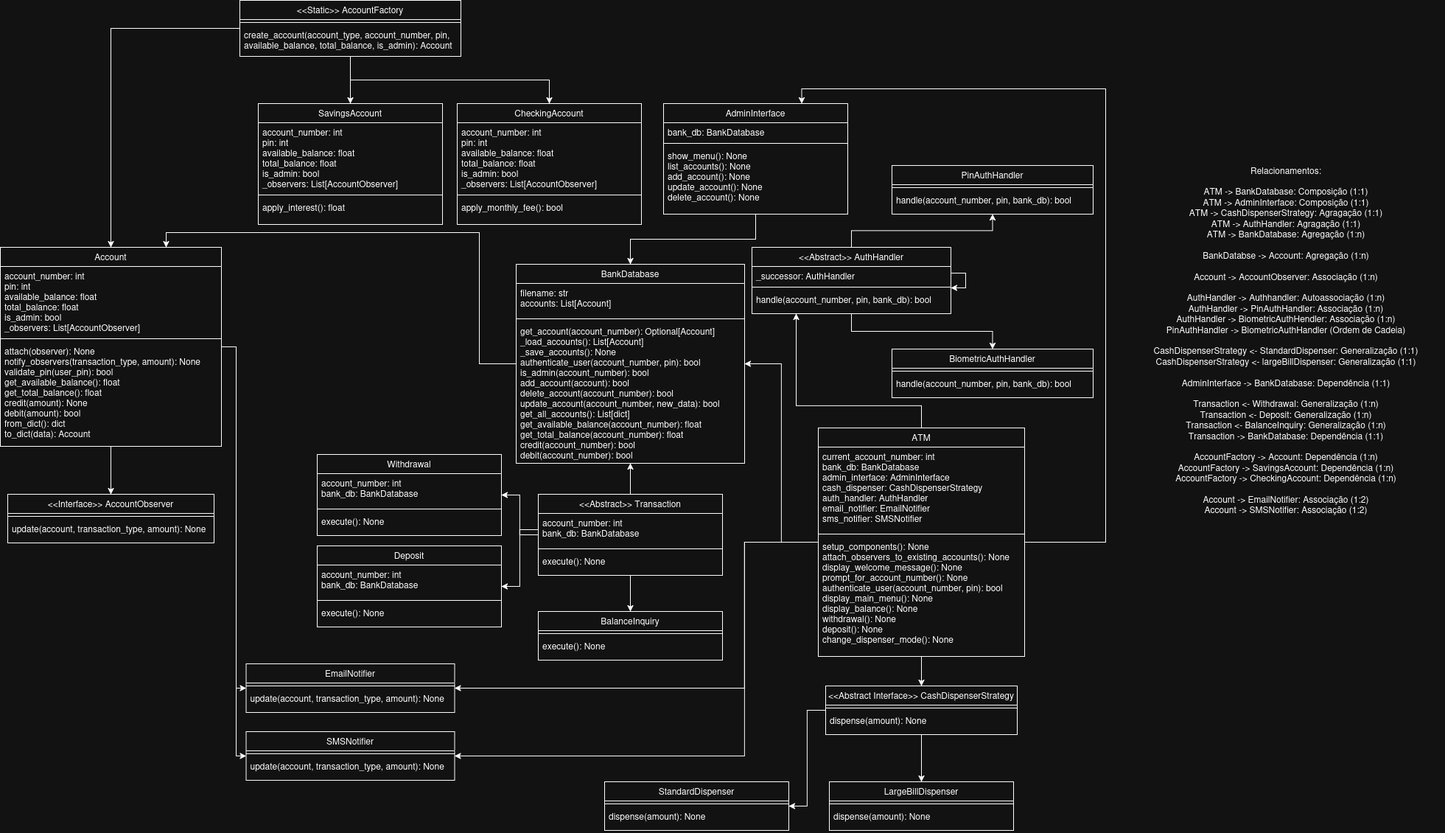
Before: assets/UMLTFTPPE.drawio.png, a diagram exported from draw.io (H0lzz/ATM2025.1). Source tidied: cells renumbered, new cells last; positions are measured from the earlier drawing's top-left corner, leaving out a move shared by most shapes.
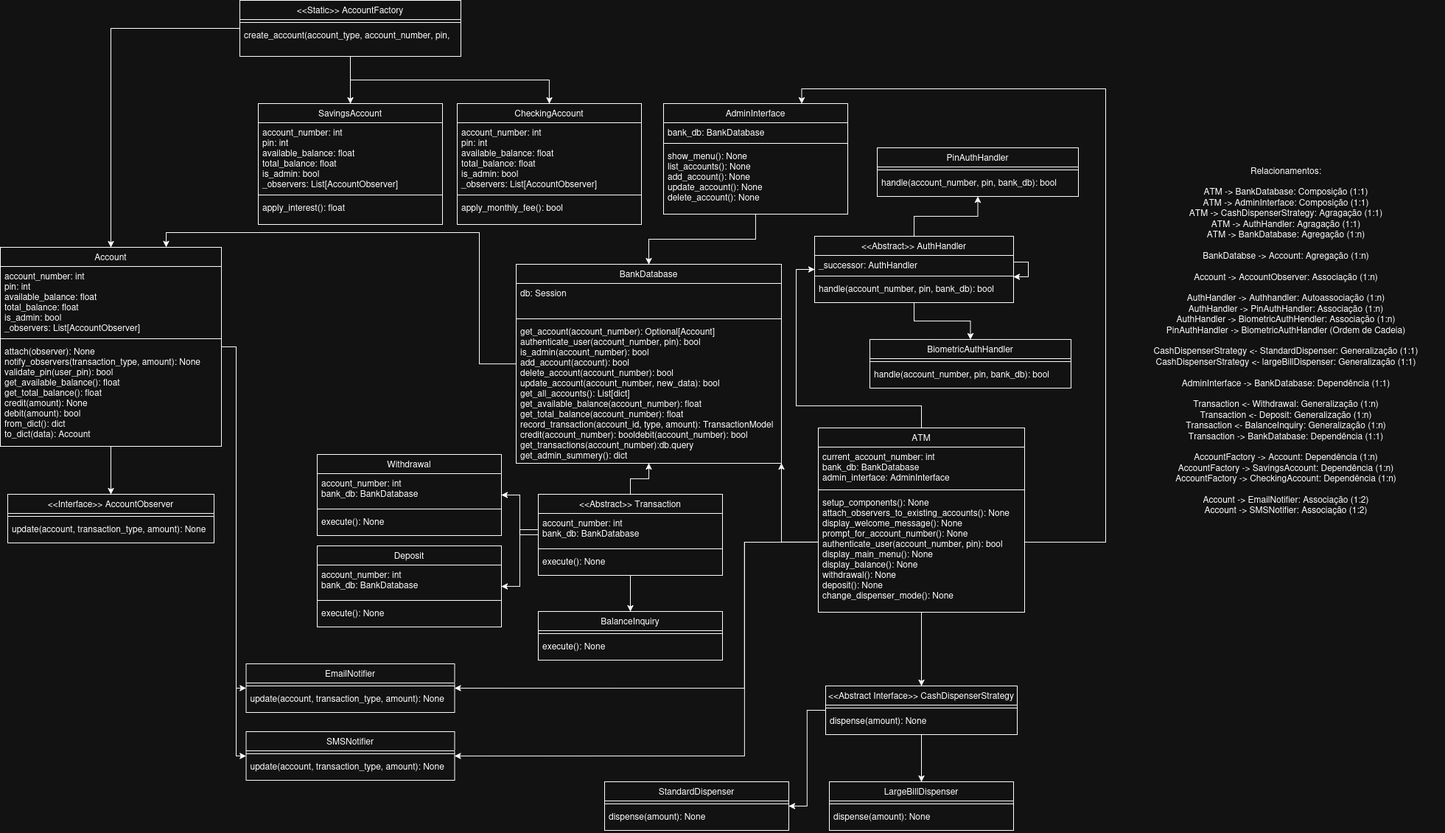
The same file after the commit.

Commit message:
fix(docs): Corrige a imagem de UML do projeto, tirando termos privados, publicos e protegidos.

Diff of the diagram source:
```diff
@@ -66,7 +66,7 @@
     <mxCell id="19" style="line;html=1;strokeWidth=1;align=left;verticalAlign=middle;spacingTop=-1;spacingLeft=3;spacingRight=3;labelPosition=right;" parent="18" vertex="1">
       <mxGeometry y="26" width="300" height="8" as="geometry" />
     </mxCell>
-    <mxCell id="20" value="create_account(account_type, account_number, pin, &#10;available_balance, total_balance, is_admin): Account&#10;" style="text;align=left;verticalAlign=top;spacingLeft=4;spacingRight=4;overflow=hidden;rounded=0;shadow=0;html=0;" parent="18" vertex="1">
+    <mxCell id="20" value="create_account(account_type, account_number, pin, &#10;&#10;" style="text;align=left;verticalAlign=top;spacingLeft=4;spacingRight=4;overflow=hidden;rounded=0;shadow=0;html=0;" parent="18" vertex="1">
       <mxGeometry y="34" width="300" height="32" as="geometry" />
     </mxCell>
     <mxCell id="21" value="SavingsAccount" style="swimlane;fontStyle=0;align=center;verticalAlign=top;horizontal=1;startSize=26;rounded=0;shadow=0;strokeWidth=1;" parent="1" vertex="1">
@@ -157,16 +157,16 @@
       </mxGeometry>
     </mxCell>
     <mxCell id="48" value="BankDatabase" style="swimlane;fontStyle=0;align=center;verticalAlign=top;horizontal=1;startSize=26;rounded=0;shadow=0;strokeWidth=1;" parent="1" vertex="1">
-      <mxGeometry x="700" y="358" width="310" height="270" as="geometry" />
+      <mxGeometry x="700" y="358" width="360" height="270" as="geometry" />
     </mxCell>
-    <mxCell id="49" value="filename: str&#10;accounts: List[Account]&#10;" style="text;align=left;verticalAlign=top;spacingLeft=4;spacingRight=4;overflow=hidden;rounded=0;shadow=0;html=0;" parent="48" vertex="1">
-      <mxGeometry y="26" width="310" height="44" as="geometry" />
+    <mxCell id="49" value="db: Session" style="text;align=left;verticalAlign=top;spacingLeft=4;spacingRight=4;overflow=hidden;rounded=0;shadow=0;html=0;" parent="48" vertex="1">
+      <mxGeometry y="26" width="360" height="44" as="geometry" />
     </mxCell>
     <mxCell id="50" style="line;html=1;strokeWidth=1;align=left;verticalAlign=middle;spacingTop=-1;spacingLeft=3;spacingRight=3;labelPosition=right;" parent="48" vertex="1">
-      <mxGeometry y="70" width="310" height="8" as="geometry" />
+      <mxGeometry y="70" width="360" height="8" as="geometry" />
     </mxCell>
-    <mxCell id="51" value="get_account(account_number): Optional[Account]&#10;_load_accounts(): List[Account]&#10;_save_accounts(): None&#10;authenticate_user(account_number, pin): bool&#10;is_admin(account_number): bool&#10;add_account(account): bool&#10;delete_account(account_number): bool&#10;update_account(account_number, new_data): bool&#10;get_all_accounts(): List[dict]&#10;get_available_balance(account_number): float&#10;get_total_balance(account_number): float&#10;credit(account_number): bool&#10;debit(account_number): bool&#10;" style="text;align=left;verticalAlign=top;spacingLeft=4;spacingRight=4;overflow=hidden;rounded=0;shadow=0;html=0;" parent="48" vertex="1">
-      <mxGeometry y="78" width="310" height="192" as="geometry" />
+    <mxCell id="51" value="get_account(account_number): Optional[Account]&#10;authenticate_user(account_number, pin): bool&#10;is_admin(account_number): bool&#10;add_account(account): bool&#10;delete_account(account_number): bool&#10;update_account(account_number, new_data): bool&#10;get_all_accounts(): List[dict]&#10;get_available_balance(account_number): float&#10;get_total_balance(account_number): float&#10;record_transaction(account_id, type, amount): TransactionModel&#10;credit(account_number): booldebit(account_number): bool&#10;get_transactions(account_number):db.query&#10;get_admin_summery(): dict&#10;" style="text;align=left;verticalAlign=top;spacingLeft=4;spacingRight=4;overflow=hidden;rounded=0;shadow=0;html=0;" parent="48" vertex="1">
+      <mxGeometry y="78" width="360" height="192" as="geometry" />
     </mxCell>
     <mxCell id="52" style="edgeStyle=orthogonalEdgeStyle;rounded=0;jettySize=auto;html=1;" parent="1" edge="1" source="33" target="40">
       <mxGeometry relative="1" as="geometry" />
@@ -226,7 +226,7 @@
       <mxGeometry relative="1" as="geometry" />
     </mxCell>
     <mxCell id="71" value="&lt;&lt;Abstract&gt;&gt; AuthHandler&#10;" style="swimlane;fontStyle=0;align=center;verticalAlign=top;horizontal=1;startSize=26;rounded=0;shadow=0;strokeWidth=1;" parent="1" vertex="1">
-      <mxGeometry x="1020" y="335" width="270" height="90" as="geometry" />
+      <mxGeometry x="1105" y="320" width="270" height="90" as="geometry" />
     </mxCell>
     <mxCell id="72" value="_successor: AuthHandler" style="text;align=left;verticalAlign=top;spacingLeft=4;spacingRight=4;overflow=hidden;rounded=0;shadow=0;html=0;" parent="71" vertex="1">
       <mxGeometry y="26" width="270" height="24" as="geometry" />
@@ -238,7 +238,7 @@
       <mxGeometry y="58" width="270" height="32" as="geometry" />
     </mxCell>
     <mxCell id="75" value="PinAuthHandler" style="swimlane;fontStyle=0;align=center;verticalAlign=top;horizontal=1;startSize=26;rounded=0;shadow=0;strokeWidth=1;" parent="1" vertex="1">
-      <mxGeometry x="1210" y="224" width="273" height="66" as="geometry" />
+      <mxGeometry x="1190" y="200" width="273" height="66" as="geometry" />
     </mxCell>
     <mxCell id="76" style="line;html=1;strokeWidth=1;align=left;verticalAlign=middle;spacingTop=-1;spacingLeft=3;spacingRight=3;labelPosition=right;" parent="75" vertex="1">
       <mxGeometry y="26" width="273" height="8" as="geometry" />
@@ -247,7 +247,7 @@
       <mxGeometry y="34" width="273" height="32" as="geometry" />
     </mxCell>
     <mxCell id="78" value="BiometricAuthHandler" style="swimlane;fontStyle=0;align=center;verticalAlign=top;horizontal=1;startSize=26;rounded=0;shadow=0;strokeWidth=1;" parent="1" vertex="1">
-      <mxGeometry x="1210" y="473" width="273" height="66" as="geometry" />
+      <mxGeometry x="1180" y="460" width="273" height="66" as="geometry" />
     </mxCell>
     <mxCell id="79" style="line;html=1;strokeWidth=1;align=left;verticalAlign=middle;spacingTop=-1;spacingLeft=3;spacingRight=3;labelPosition=right;" parent="78" vertex="1">
       <mxGeometry y="26" width="273" height="8" as="geometry" />
@@ -312,16 +312,16 @@
       </mxGeometry>
     </mxCell>
     <mxCell id="91" value="ATM" style="swimlane;fontStyle=0;align=center;verticalAlign=top;horizontal=1;startSize=26;rounded=0;shadow=0;strokeWidth=1;" parent="1" vertex="1">
-      <mxGeometry x="1110" y="580" width="280" height="310" as="geometry" />
+      <mxGeometry x="1110" y="580" width="280" height="250" as="geometry" />
     </mxCell>
-    <mxCell id="92" value="current_account_number: int&#10;bank_db: BankDatabase&#10;admin_interface: AdminInterface&#10;cash_dispenser: CashDispenserStrategy&#10;auth_handler: AuthHandler&#10;email_notifier: EmailNotifier&#10;sms_notifier: SMSNotifier&#10;&#10;&#10;" style="text;align=left;verticalAlign=top;spacingLeft=4;spacingRight=4;overflow=hidden;rounded=0;shadow=0;html=0;" parent="91" vertex="1">
-      <mxGeometry y="26" width="280" height="114" as="geometry" />
+    <mxCell id="92" value="current_account_number: int&#10;bank_db: BankDatabase&#10;admin_interface: AdminInterface&#10;&#10;&#10;" style="text;align=left;verticalAlign=top;spacingLeft=4;spacingRight=4;overflow=hidden;rounded=0;shadow=0;html=0;" parent="91" vertex="1">
+      <mxGeometry y="26" width="280" height="54" as="geometry" />
     </mxCell>
     <mxCell id="93" style="line;html=1;strokeWidth=1;align=left;verticalAlign=middle;spacingTop=-1;spacingLeft=3;spacingRight=3;labelPosition=right;" parent="91" vertex="1">
-      <mxGeometry y="140" width="280" height="8" as="geometry" />
+      <mxGeometry y="80" width="280" height="8" as="geometry" />
     </mxCell>
     <mxCell id="94" value="setup_components(): None&#10;attach_observers_to_existing_accounts(): None&#10;display_welcome_message(): None&#10;prompt_for_account_number(): None&#10;authenticate_user(account_number, pin): bool&#10;display_main_menu(): None&#10;display_balance(): None&#10;withdrawal(): None&#10;deposit(): None&#10;change_dispenser_mode(): None&#10;&#10;" style="text;align=left;verticalAlign=top;spacingLeft=4;spacingRight=4;overflow=hidden;rounded=0;shadow=0;html=0;" parent="91" vertex="1">
-      <mxGeometry y="148" width="280" height="162" as="geometry" />
+      <mxGeometry y="88" width="280" height="162" as="geometry" />
     </mxCell>
     <mxCell id="95" value="&lt;div&gt;Relacionamentos:&lt;br&gt;&lt;/div&gt;&lt;div&gt;&lt;br&gt;&lt;/div&gt;&lt;div&gt;ATM -&amp;gt; BankDatabase: Composição (1:1)&lt;/div&gt;&lt;div&gt;ATM -&amp;gt; AdminInterface: Composição (1:1)&lt;/div&gt;&lt;div&gt;ATM -&amp;gt; CashDispenserStrategy: Agragação (1:1)&lt;/div&gt;&lt;div&gt;ATM -&amp;gt; AuthHandler: Agragação (1:1)&lt;/div&gt;&lt;div&gt;ATM -&amp;gt; BankDatabase: Agregação (1:n)&lt;/div&gt;&lt;div&gt;&lt;br&gt;&lt;/div&gt;&lt;div&gt;BankDatabse -&amp;gt; Account: Agregação (1:n)&lt;/div&gt;&lt;div&gt;&lt;br&gt;&lt;/div&gt;&lt;div&gt;Account -&amp;gt; AccountObserver: Associação (1:n)&lt;/div&gt;&lt;div&gt;&lt;br&gt;&lt;/div&gt;&lt;div&gt;AuthHandler -&amp;gt; Authhandler: Autoassociação (1:n)&lt;/div&gt;&lt;div&gt;AuthHandler -&amp;gt; PinAuthHandler:&amp;nbsp;Associação (1:n)&lt;/div&gt;&lt;div&gt;AuthHandler -&amp;gt; BiometricAuthHendler:&amp;nbsp;Associação (1:n)&lt;/div&gt;&lt;div&gt;PinAuthHandler -&amp;gt; BiometricAuthHandler (Ordem de Cadeia)&lt;/div&gt;&lt;div&gt;&lt;br&gt;&lt;/div&gt;&lt;div&gt;&lt;div&gt;CashDispenserStrategy &amp;lt;- StandardDispenser: Generalização (1:1)&lt;/div&gt;&lt;div&gt;&lt;div&gt;&lt;div&gt;CashDispenserStrategy &amp;lt;- largeBillDispenser: Generalização (1:1)&lt;/div&gt;&lt;div&gt;&lt;br&gt;&lt;/div&gt;&lt;div&gt;&lt;div&gt;&lt;div&gt;AdminInterface -&amp;gt; BankDatabase: Dependência (1:1)&lt;/div&gt;&lt;div&gt;&lt;br&gt;&lt;/div&gt;&lt;div&gt;&lt;div&gt;&lt;div&gt;Transaction &amp;lt;- Withdrawal: Generalização (1:n)&lt;/div&gt;&lt;div&gt;&lt;div&gt;&lt;div&gt;&lt;div&gt;Transaction &amp;lt;- Deposit: Generalização (1:n)&lt;/div&gt;&lt;div&gt;&lt;div&gt;&lt;div&gt;&lt;div&gt;Transaction &amp;lt;- BalanceInquiry: Generalização (1:n)&lt;/div&gt;&lt;div&gt;&lt;div&gt;&lt;div&gt;&lt;div&gt;Transaction -&amp;gt; BankDatabase: Dependência (1:1)&lt;/div&gt;&lt;div&gt;&lt;br&gt;&lt;/div&gt;&lt;div&gt;&lt;div&gt;&lt;div&gt;&lt;div&gt;AccountFactory -&amp;gt; Account: Dependência (1:n)&lt;/div&gt;&lt;div&gt;&lt;div&gt;&lt;div&gt;&lt;div&gt;&lt;div&gt;AccountFactory -&amp;gt; SavingsAccount: Dependência (1:n)&lt;/div&gt;&lt;div&gt;&lt;div&gt;&lt;div&gt;&lt;div&gt;&lt;div&gt;AccountFactory -&amp;gt; CheckingAccount: Dependência (1:n)&lt;/div&gt;&lt;div&gt;&lt;br&gt;&lt;/div&gt;&lt;div&gt;&lt;div&gt;&lt;div&gt;&lt;div&gt;&lt;div&gt;Account -&amp;gt; EmailNotifier: Associação (1:2)&lt;/div&gt;&lt;div&gt;&lt;div&gt;Account -&amp;gt; SMSNotifier: Associação (1:2)&lt;/div&gt;&lt;/div&gt;&lt;/div&gt;&lt;/div&gt;&lt;/div&gt;&lt;/div&gt;&lt;/div&gt;&lt;/div&gt;&lt;/div&gt;&lt;/div&gt;&lt;/div&gt;&lt;/div&gt;&lt;/div&gt;&lt;/div&gt;&lt;/div&gt;&lt;/div&gt;&lt;/div&gt;&lt;/div&gt;&lt;/div&gt;&lt;/div&gt;&lt;/div&gt;&lt;/div&gt;&lt;/div&gt;&lt;/div&gt;&lt;/div&gt;&lt;/div&gt;&lt;/div&gt;&lt;/div&gt;&lt;/div&gt;&lt;/div&gt;&lt;/div&gt;&lt;/div&gt;&lt;/div&gt;" style="text;html=1;align=center;verticalAlign=middle;whiteSpace=wrap;rounded=0;" parent="1" vertex="1">
       <mxGeometry x="1530" y="196" width="430" height="530" as="geometry" />
```
